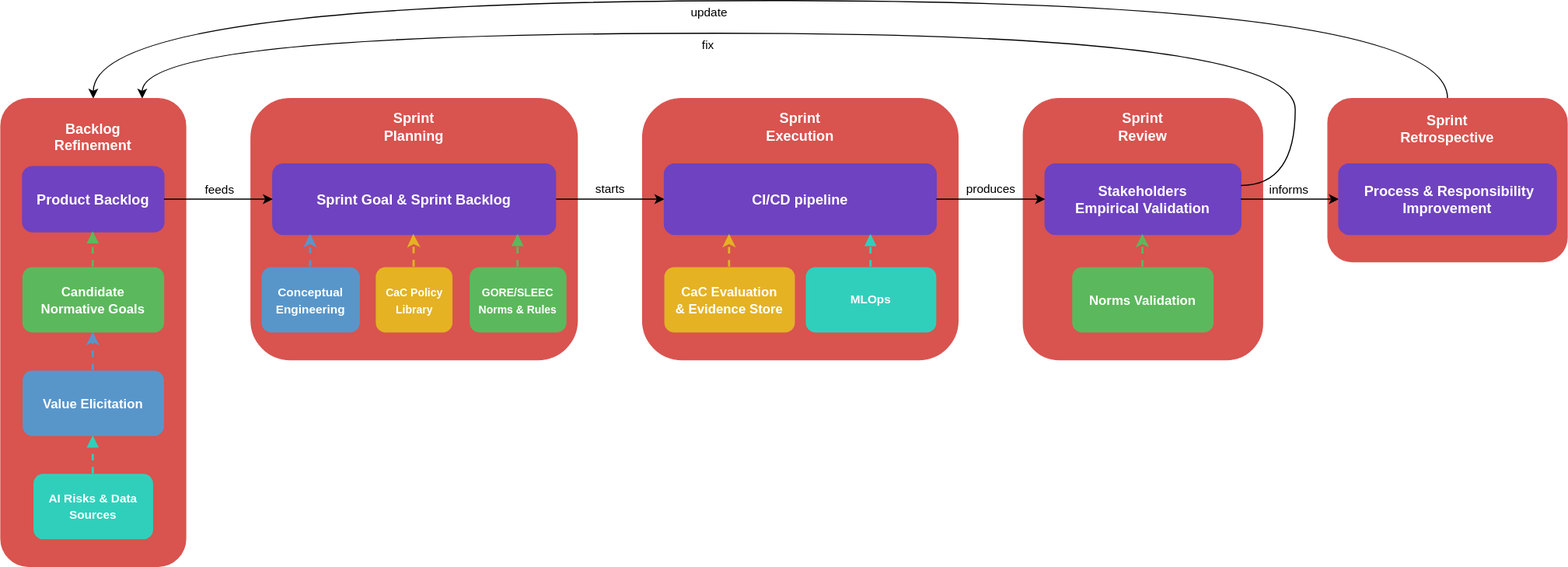
The draw.io diagram diagram/agile8.svg in GianlucaPanzani/Ethics-and-Legality-Integration-into-the-Agile-Software-Development-Pipeline, before a commit. Source tidied: cells renumbered, new cells last; positions are measured from the earlier drawing's top-left corner, leaving out a move shared by most shapes.
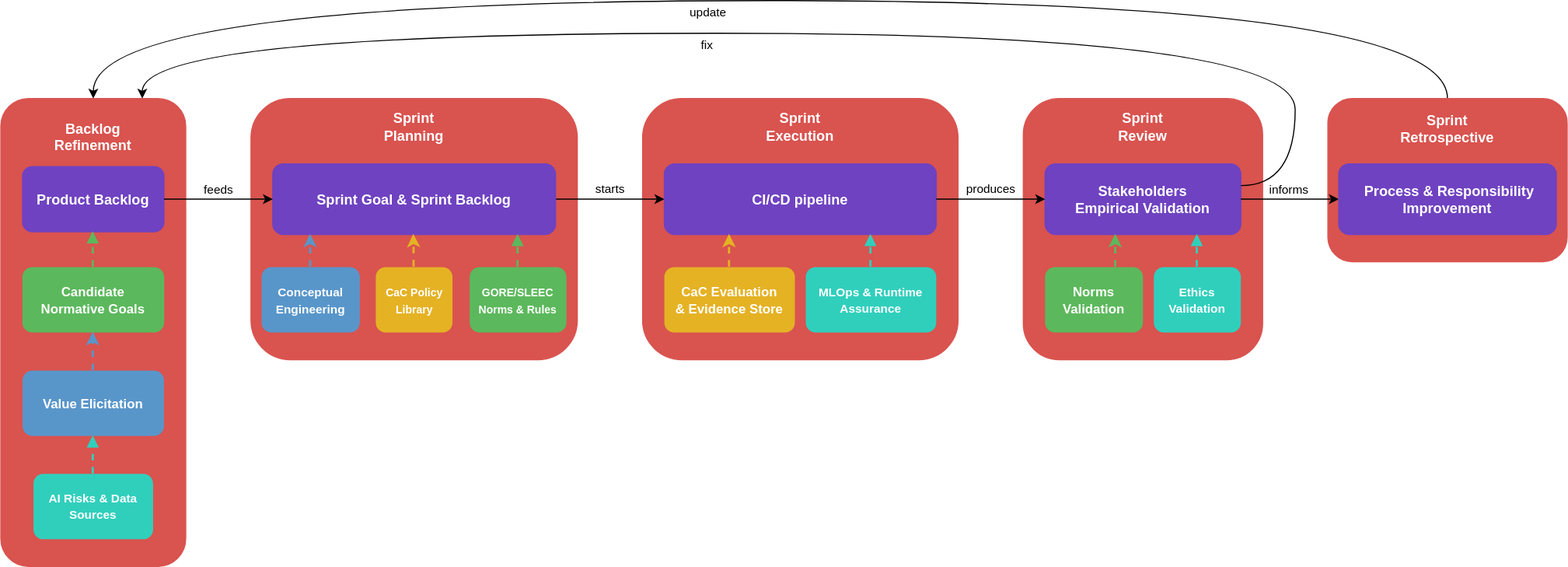
The same diagram one commit later.

The edit, as a diff of the source:
```diff
@@ -121,15 +121,15 @@
     </mxCell>
     <mxCell id="28" style="edgeStyle=orthogonalEdgeStyle;rounded=0;jettySize=auto;html=1;curved=1;dashed=1;strokeWidth=2;strokeColor=light-dark(#5CB85C,#5CB85C);fillColor=#60a917;" parent="1" edge="1" source="29">
       <mxGeometry relative="1" as="geometry">
-        <mxPoint x="1050" y="215" as="targetPoint" />
+        <mxPoint x="1025" y="215" as="targetPoint" />
         <Array as="points">
-          <mxPoint x="1050" y="230" />
-          <mxPoint x="1050" y="230" />
+          <mxPoint x="1025" y="230" />
+          <mxPoint x="1025" y="230" />
         </Array>
       </mxGeometry>
     </mxCell>
     <mxCell id="29" value="&lt;span style=&quot;font-size: 12px;&quot;&gt;Norms Validation&lt;/span&gt;" style="rounded=1;whiteSpace=wrap;html=1;fillColor=light-dark(#5CB85C,#5CB85C);strokeColor=none;fontColor=#ffffff;fontStyle=1;fontSize=13;spacing=8;gradientColor=none;" parent="1" vertex="1">
-      <mxGeometry x="985" y="245" width="130" height="60" as="geometry" />
+      <mxGeometry x="960" y="245" width="90" height="60" as="geometry" />
     </mxCell>
     <mxCell id="30" value="Backlog&lt;br&gt;Refinement&lt;div&gt;&lt;br&gt;&lt;/div&gt;&lt;div&gt;&lt;br&gt;&lt;/div&gt;&lt;div&gt;&lt;br&gt;&lt;/div&gt;&lt;div&gt;&lt;br&gt;&lt;/div&gt;&lt;div&gt;&lt;br&gt;&lt;/div&gt;&lt;div&gt;&lt;br&gt;&lt;/div&gt;&lt;div&gt;&lt;br&gt;&lt;/div&gt;&lt;div&gt;&lt;br&gt;&lt;/div&gt;&lt;div&gt;&lt;br&gt;&lt;/div&gt;&lt;div&gt;&lt;br&gt;&lt;/div&gt;&lt;div&gt;&lt;br&gt;&lt;/div&gt;&lt;div&gt;&lt;br&gt;&lt;/div&gt;&lt;div&gt;&lt;br&gt;&lt;/div&gt;&lt;div&gt;&lt;br&gt;&lt;/div&gt;&lt;div&gt;&lt;br&gt;&lt;/div&gt;&lt;div&gt;&lt;br&gt;&lt;/div&gt;&lt;div&gt;&lt;br&gt;&lt;/div&gt;&lt;div&gt;&lt;br&gt;&lt;/div&gt;&lt;div&gt;&lt;br&gt;&lt;/div&gt;&lt;div&gt;&lt;br&gt;&lt;/div&gt;&lt;div&gt;&lt;br&gt;&lt;/div&gt;&lt;div&gt;&lt;br&gt;&lt;/div&gt;&lt;div&gt;&lt;br&gt;&lt;/div&gt;" style="rounded=1;whiteSpace=wrap;html=1;fillColor=#d9534f;strokeColor=#d9534f;fontColor=#ffffff;fontStyle=1;fontSize=13;spacing=8;" parent="1" vertex="1">
       <mxGeometry y="90" width="170" height="430" as="geometry" />
@@ -187,8 +187,20 @@
         </Array>
       </mxGeometry>
     </mxCell>
-    <mxCell id="41" value="&lt;font style=&quot;font-size: 11px;&quot;&gt;MLOps&lt;/font&gt;" style="rounded=1;whiteSpace=wrap;html=1;fillColor=light-dark(#30CFBC,#30CFBC);strokeColor=none;fontColor=#ffffff;fontStyle=1;fontSize=12;spacing=6;" parent="1" vertex="1">
+    <mxCell id="41" value="&lt;font style=&quot;font-size: 11px;&quot;&gt;MLOps &amp;amp; Runtime Assurance&lt;/font&gt;" style="rounded=1;whiteSpace=wrap;html=1;fillColor=light-dark(#30CFBC,#30CFBC);strokeColor=none;fontColor=#ffffff;fontStyle=1;fontSize=12;spacing=6;" parent="1" vertex="1">
       <mxGeometry x="740" y="245" width="120" height="60" as="geometry" />
     </mxCell>
+    <mxCell id="42" style="endArrow=block;html=1;rounded=1;dashed=1;strokeColor=light-dark(#30CFBC,#30CFBC);strokeWidth=2;fontColor=#00856d;edgeStyle=orthogonalEdgeStyle;curved=1;" parent="1" edge="1" source="43">
+      <mxGeometry relative="1" as="geometry">
+        <mxPoint x="1100" y="215" as="targetPoint" />
+        <Array as="points">
+          <mxPoint x="1100" y="230" />
+          <mxPoint x="1100" y="230" />
+        </Array>
+      </mxGeometry>
+    </mxCell>
+    <mxCell id="43" value="&lt;font style=&quot;font-size: 11px;&quot;&gt;Ethics Validation&lt;/font&gt;" style="rounded=1;whiteSpace=wrap;html=1;fillColor=light-dark(#30CFBC,#30CFBC);strokeColor=none;fontColor=#ffffff;fontStyle=1;fontSize=12;spacing=6;" parent="1" vertex="1">
+      <mxGeometry x="1060" y="245" width="80" height="60" as="geometry" />
+    </mxCell>
   </root>
 </mxGraphModel>
```
